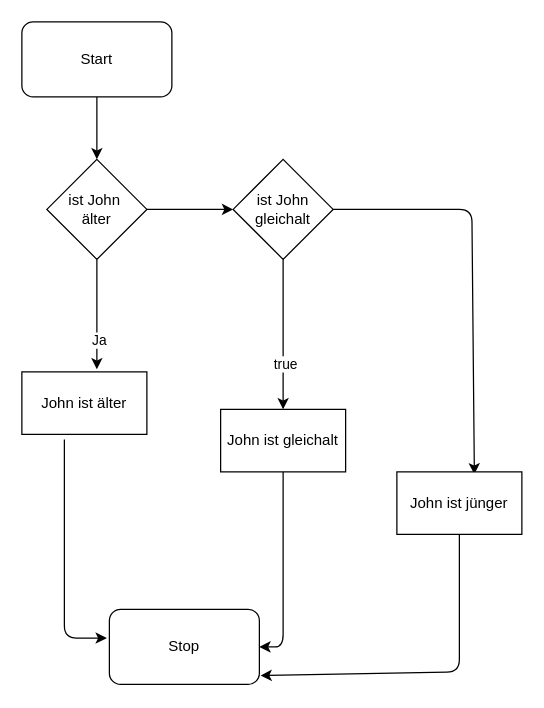
The draw.io diagram page "if-elseif-else" (3 of 3) of PAP.drawio in CC-Schmidt-Learning/03_Entscheidungsstrukturen, before the edit. Source tidied: cells renumbered, new cells numbered last; positions are measured from the earlier drawing's top-left corner, leaving out a move shared by most shapes. Both pictures are drawn from the tidied source at 125%, with x=0, y=0 at pixel (21, 21).
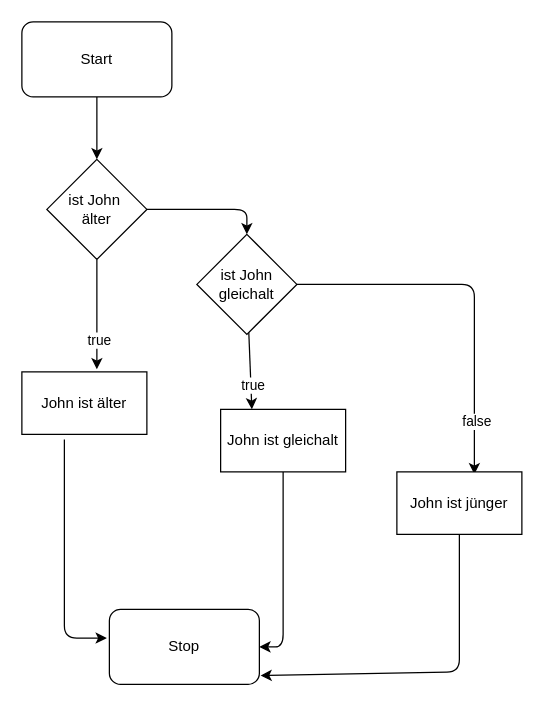
The same diagram, later.

The change refers to these unchanged cells:
```xml
<mxCell id="7" style="edgeStyle=none;shape=connector;rounded=1;html=1;entryX=0.6;entryY=-0.04;entryDx=0;entryDy=0;entryPerimeter=0;labelBackgroundColor=default;fontFamily=Helvetica;fontSize=11;fontColor=default;endArrow=classic;strokeColor=default;" parent="1" edge="1" source="10" target="5">
  <mxGeometry relative="1" as="geometry" />
</mxCell>
<mxCell id="10" value="ist John&amp;nbsp;&lt;br&gt;älter" style="rhombus;whiteSpace=wrap;html=1;" parent="1" vertex="1">
  <mxGeometry x="20" y="110" width="80" height="80" as="geometry" />
</mxCell>
<mxCell id="16" value="John ist gleichalt" style="rounded=0;whiteSpace=wrap;html=1;" parent="1" vertex="1">
  <mxGeometry x="159" y="310" width="100" height="50" as="geometry" />
</mxCell>
<mxCell id="18" value="John ist jünger" style="rounded=0;whiteSpace=wrap;html=1;" parent="1" vertex="1">
  <mxGeometry x="300" y="360" width="100" height="50" as="geometry" />
</mxCell>
```

Diff of the diagram source:
```diff
@@
-    <mxCell id="8" value="Ja" style="edgeLabel;html=1;align=center;verticalAlign=middle;fontSize=11;fontFamily=Helvetica;fontColor=default;" parent="7" vertex="1">
+    <mxCell id="8" value="true" style="edgeLabel;html=1;align=center;verticalAlign=middle;fontSize=11;fontFamily=Helvetica;fontColor=default;" parent="7" vertex="1">
       <mxGeometry x="0.46" y="1" relative="1" as="geometry" />
     </mxCell>
-    <mxCell id="9" style="edgeStyle=none;shape=connector;rounded=1;html=1;labelBackgroundColor=default;fontFamily=Helvetica;fontSize=11;fontColor=default;endArrow=classic;strokeColor=default;" parent="1" edge="1" source="10" target="14">
-      <mxGeometry relative="1" as="geometry" />
+    <mxCell id="9" style="edgeStyle=none;shape=connector;rounded=1;html=1;labelBackgroundColor=default;fontFamily=Helvetica;fontSize=11;fontColor=default;endArrow=classic;strokeColor=default;entryX=0.5;entryY=0;entryDx=0;entryDy=0;" parent="1" edge="1" source="10" target="14">
+      <mxGeometry relative="1" as="geometry">
+        <Array as="points">
+          <mxPoint x="180" y="150" />
+        </Array>
+      </mxGeometry>
     </mxCell>
@@
-    <mxCell id="11" style="edgeStyle=none;shape=connector;rounded=1;html=1;entryX=0.5;entryY=0;entryDx=0;entryDy=0;labelBackgroundColor=default;fontFamily=Helvetica;fontSize=11;fontColor=default;endArrow=classic;strokeColor=default;" parent="1" edge="1" source="14" target="16">
+    <mxCell id="11" style="edgeStyle=none;shape=connector;rounded=1;html=1;entryX=0.25;entryY=0;entryDx=0;entryDy=0;labelBackgroundColor=default;fontFamily=Helvetica;fontSize=11;fontColor=default;endArrow=classic;strokeColor=default;" parent="1" edge="1" source="14" target="16">
       <mxGeometry relative="1" as="geometry" />
     </mxCell>
@@
     <mxCell id="13" style="edgeStyle=none;shape=connector;rounded=1;html=1;labelBackgroundColor=default;fontFamily=Helvetica;fontSize=11;fontColor=default;endArrow=classic;strokeColor=default;entryX=0.62;entryY=0.04;entryDx=0;entryDy=0;entryPerimeter=0;" parent="1" edge="1" source="14" target="18">
       <mxGeometry relative="1" as="geometry">
         <Array as="points">
-          <mxPoint x="360" y="150" />
+          <mxPoint x="362" y="210" />
         </Array>
       </mxGeometry>
     </mxCell>
+    <mxCell id="19" value="false" style="edgeLabel;html=1;align=center;verticalAlign=middle;fontSize=11;fontFamily=Helvetica;fontColor=default;" parent="13" vertex="1">
+      <mxGeometry x="0.71" y="1" relative="1" as="geometry" />
+    </mxCell>
     <mxCell id="14" value="ist John gleichalt" style="rhombus;whiteSpace=wrap;html=1;" parent="1" vertex="1">
-      <mxGeometry x="169" y="110" width="80" height="80" as="geometry" />
+      <mxGeometry x="140" y="170" width="80" height="80" as="geometry" />
     </mxCell>
```
